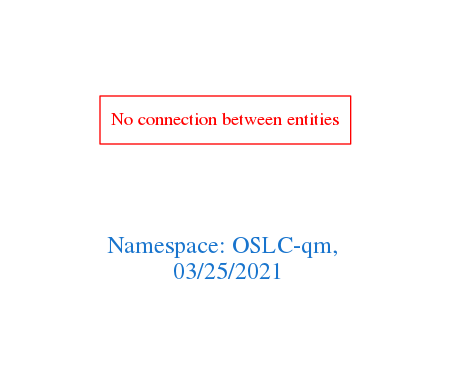
The Graphviz diagram downloads/OSLC-qm.png in arago/OGIT, before a commit. Its source is kept beside it as downloads/OSLC-qm.dot.
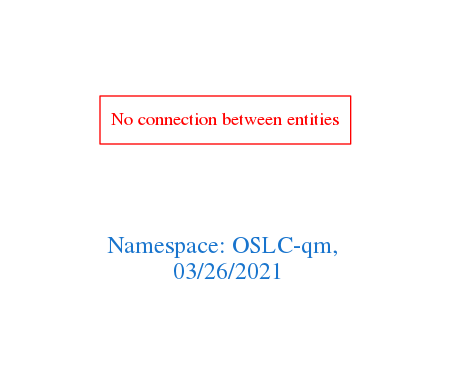
Later version of the same file.

Diff of the diagram source:
```diff
@@ -1,7 +1,7 @@
 digraph OGIT_ontology {
  graph [ rankdir= LR,pad=1
 fontsize = 18,
-fontcolor= dodgerblue3,label = "\n\n\nNamespace: OSLC-qm, \n 03/25/2021"];
+fontcolor= dodgerblue3,label = "\n\n\nNamespace: OSLC-qm, \n 03/26/2021"];
 node[shape=polygon];
 edge [  color="gray81"];
 
```
